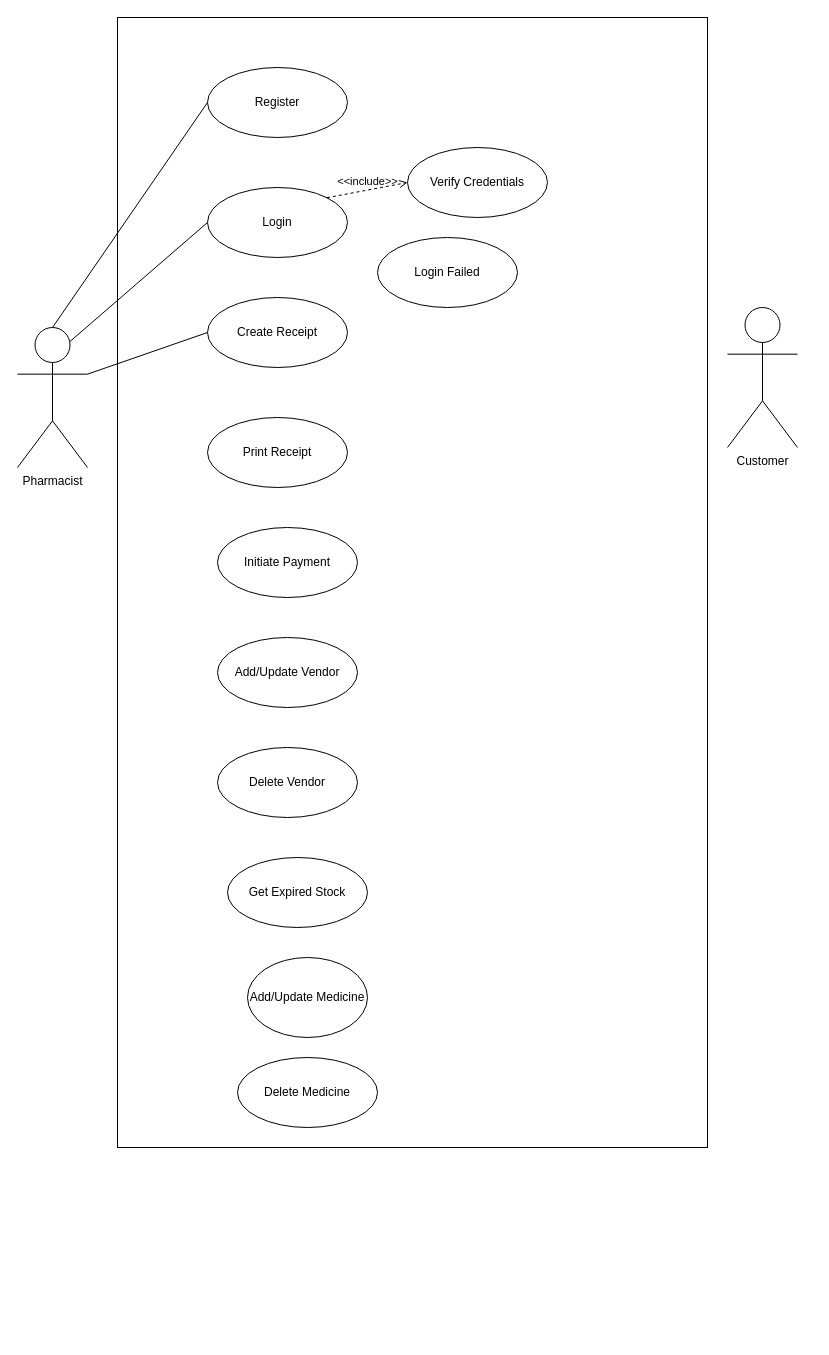
Above: page "Page-1" (1 of 2) of Medicine Management System.drawio in nitrroshan/Diagrams (draw.io), before the change. Source tidied: cells renumbered, new cells numbered last; positions are measured from the earlier drawing's top-left corner, leaving out a move shared by most shapes. Both pictures are drawn from the tidied source at 100%, with x=0, y=0 at pixel (17, 17).
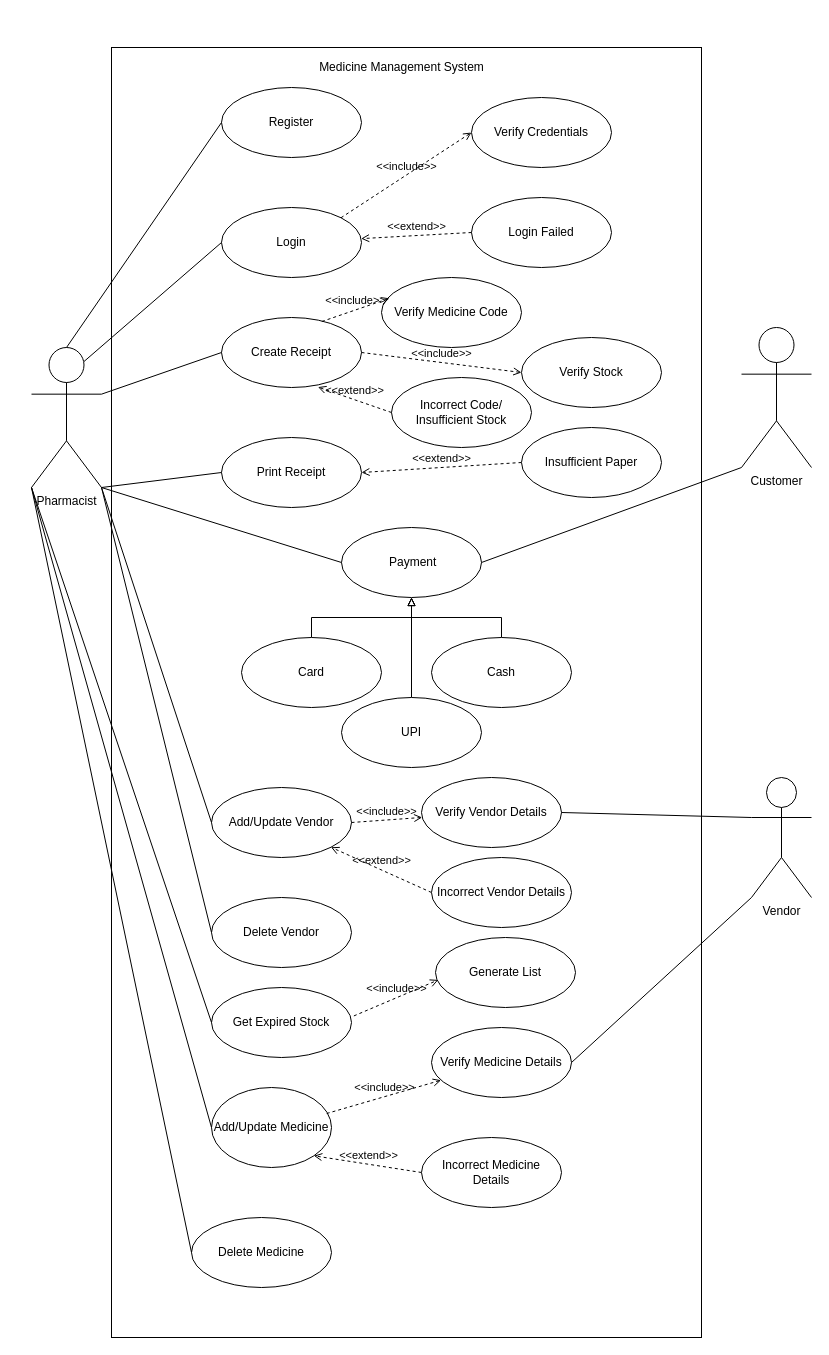
The same diagram, later.

Change to the diagram source:
```diff
@@
     <mxCell id="2" style="rounded=0;whiteSpace=wrap;html=1;" parent="1" vertex="1">
-      <mxGeometry x="100" width="590" height="1130" as="geometry" />
+      <mxGeometry x="94" y="30" width="590" height="1290" as="geometry" />
     </mxCell>
     <mxCell id="3" value="Pharmacist" style="shape=umlActor;verticalLabelPosition=bottom;verticalAlign=top;html=1;outlineConnect=0;" parent="1" vertex="1">
-      <mxGeometry y="310" width="70" height="140" as="geometry" />
+      <mxGeometry x="14" y="330" width="70" height="140" as="geometry" />
     </mxCell>
     <mxCell id="4" value="Customer" style="shape=umlActor;verticalLabelPosition=bottom;verticalAlign=top;html=1;outlineConnect=0;" parent="1" vertex="1">
-      <mxGeometry x="710" y="290" width="70" height="140" as="geometry" />
+      <mxGeometry x="724" y="310" width="70" height="140" as="geometry" />
     </mxCell>
     <mxCell id="5" value="Register" style="ellipse;whiteSpace=wrap;html=1;" parent="1" vertex="1">
-      <mxGeometry x="190" y="50" width="140" height="70" as="geometry" />
+      <mxGeometry x="204" y="70" width="140" height="70" as="geometry" />
     </mxCell>
     <mxCell id="6" value="Login" style="ellipse;whiteSpace=wrap;html=1;" parent="1" vertex="1">
-      <mxGeometry x="190" y="170" width="140" height="70" as="geometry" />
+      <mxGeometry x="204" y="190" width="140" height="70" as="geometry" />
     </mxCell>
     <mxCell id="7" value="Create Receipt" style="ellipse;whiteSpace=wrap;html=1;" parent="1" vertex="1">
-      <mxGeometry x="190" y="280" width="140" height="70" as="geometry" />
+      <mxGeometry x="204" y="300" width="140" height="70" as="geometry" />
     </mxCell>
     <mxCell id="8" value="Print Receipt" style="ellipse;whiteSpace=wrap;html=1;" parent="1" vertex="1">
-      <mxGeometry x="190" y="400" width="140" height="70" as="geometry" />
+      <mxGeometry x="204" y="420" width="140" height="70" as="geometry" />
     </mxCell>
-    <mxCell id="9" value="Initiate Payment" style="ellipse;whiteSpace=wrap;html=1;" parent="1" vertex="1">
-      <mxGeometry x="200" y="510" width="140" height="70" as="geometry" />
+    <mxCell id="9" value="&amp;nbsp;Payment" style="ellipse;whiteSpace=wrap;html=1;" parent="1" vertex="1">
+      <mxGeometry x="324" y="510" width="140" height="70" as="geometry" />
     </mxCell>
     <mxCell id="10" value="Add/Update Vendor" style="ellipse;whiteSpace=wrap;html=1;" parent="1" vertex="1">
-      <mxGeometry x="200" y="620" width="140" height="70" as="geometry" />
+      <mxGeometry x="194" y="770" width="140" height="70" as="geometry" />
     </mxCell>
     <mxCell id="11" value="Delete Vendor" style="ellipse;whiteSpace=wrap;html=1;" parent="1" vertex="1">
-      <mxGeometry x="200" y="730" width="140" height="70" as="geometry" />
+      <mxGeometry x="194" y="880" width="140" height="70" as="geometry" />
     </mxCell>
     <mxCell id="12" value="Get Expired Stock" style="ellipse;whiteSpace=wrap;html=1;" parent="1" vertex="1">
-      <mxGeometry x="210" y="840" width="140" height="70" as="geometry" />
+      <mxGeometry x="194" y="970" width="140" height="70" as="geometry" />
     </mxCell>
     <mxCell id="13" value="Add/Update Medicine" style="ellipse;whiteSpace=wrap;html=1;" parent="1" vertex="1">
-      <mxGeometry x="230" y="940" width="120" height="80" as="geometry" />
+      <mxGeometry x="194" y="1070" width="120" height="80" as="geometry" />
     </mxCell>
     <mxCell id="14" value="Delete Medicine" style="ellipse;whiteSpace=wrap;html=1;" parent="1" vertex="1">
-      <mxGeometry x="220" y="1040" width="140" height="70" as="geometry" />
+      <mxGeometry x="174" y="1200" width="140" height="70" as="geometry" />
     </mxCell>
@@
     <mxCell id="18" value="Verify Credentials" style="ellipse;whiteSpace=wrap;html=1;" parent="1" vertex="1">
-      <mxGeometry x="390" y="130" width="140" height="70" as="geometry" />
+      <mxGeometry x="454" y="80" width="140" height="70" as="geometry" />
     </mxCell>
     <mxCell id="19" value="Login Failed" style="ellipse;whiteSpace=wrap;html=1;" parent="1" vertex="1">
-      <mxGeometry x="360" y="220" width="140" height="70" as="geometry" />
+      <mxGeometry x="454" y="180" width="140" height="70" as="geometry" />
     </mxCell>
@@
+    <mxCell id="21" value="&amp;lt;&amp;lt;extend&amp;gt;&amp;gt;" style="html=1;verticalAlign=bottom;labelBackgroundColor=none;endArrow=open;endFill=0;dashed=1;rounded=0;exitX=0;exitY=0.5;exitDx=0;exitDy=0;" parent="1" edge="1" source="19" target="6">
+      <mxGeometry relative="1" as="geometry" />
+    </mxCell>
+    <mxCell id="22" value="Verify Medicine Code" style="ellipse;whiteSpace=wrap;html=1;" parent="1" vertex="1">
+      <mxGeometry x="364" y="260" width="140" height="70" as="geometry" />
+    </mxCell>
+    <mxCell id="23" value="Verify Stock" style="ellipse;whiteSpace=wrap;html=1;" parent="1" vertex="1">
+      <mxGeometry x="504" y="320" width="140" height="70" as="geometry" />
+    </mxCell>
+    <mxCell id="24" value="Incorrect Code/&lt;br&gt;Insufficient Stock" style="ellipse;whiteSpace=wrap;html=1;" parent="1" vertex="1">
+      <mxGeometry x="374" y="360" width="140" height="70" as="geometry" />
+    </mxCell>
+    <mxCell id="25" value="&amp;lt;&amp;lt;include&amp;gt;&amp;gt;" style="html=1;verticalAlign=bottom;labelBackgroundColor=none;endArrow=open;endFill=0;dashed=1;rounded=0;entryX=0.057;entryY=0.297;entryDx=0;entryDy=0;entryPerimeter=0;exitX=0.717;exitY=0.057;exitDx=0;exitDy=0;exitPerimeter=0;" parent="1" edge="1" source="7" target="22">
+      <mxGeometry relative="1" as="geometry" />
+    </mxCell>
+    <mxCell id="26" value="&amp;lt;&amp;lt;include&amp;gt;&amp;gt;" style="html=1;verticalAlign=bottom;labelBackgroundColor=none;endArrow=open;endFill=0;dashed=1;rounded=0;exitX=1;exitY=0.5;exitDx=0;exitDy=0;entryX=0;entryY=0.5;entryDx=0;entryDy=0;" parent="1" edge="1" source="7" target="23">
+      <mxGeometry relative="1" as="geometry" />
+    </mxCell>
+    <mxCell id="27" value="&amp;lt;&amp;lt;extend&amp;gt;&amp;gt;" style="html=1;verticalAlign=bottom;labelBackgroundColor=none;endArrow=open;endFill=0;dashed=1;rounded=0;exitX=0;exitY=0.5;exitDx=0;exitDy=0;entryX=0.689;entryY=0.994;entryDx=0;entryDy=0;entryPerimeter=0;" parent="1" edge="1" source="24" target="7">
+      <mxGeometry relative="1" as="geometry" />
+    </mxCell>
+    <mxCell id="28" value="&amp;lt;&amp;lt;extend&amp;gt;&amp;gt;" style="html=1;verticalAlign=bottom;labelBackgroundColor=none;endArrow=open;endFill=0;dashed=1;rounded=0;entryX=1;entryY=0.5;entryDx=0;entryDy=0;exitX=0;exitY=0.5;exitDx=0;exitDy=0;" parent="1" edge="1" source="29" target="8">
+      <mxGeometry relative="1" as="geometry" />
+    </mxCell>
+    <mxCell id="29" value="Insufficient Paper" style="ellipse;whiteSpace=wrap;html=1;" parent="1" vertex="1">
+      <mxGeometry x="504" y="410" width="140" height="70" as="geometry" />
+    </mxCell>
+    <mxCell id="30" style="endArrow=none;html=1;rounded=0;exitX=1;exitY=1;exitDx=0;exitDy=0;exitPerimeter=0;entryX=0;entryY=0.5;entryDx=0;entryDy=0;" parent="1" edge="1" source="3" target="8">
+      <mxGeometry relative="1" as="geometry" />
+    </mxCell>
+    <mxCell id="31" style="endArrow=none;html=1;rounded=0;exitX=1;exitY=1;exitDx=0;exitDy=0;exitPerimeter=0;entryX=0;entryY=0.5;entryDx=0;entryDy=0;" parent="1" edge="1" source="3" target="9">
+      <mxGeometry relative="1" as="geometry" />
+    </mxCell>
+    <mxCell id="32" style="endArrow=none;html=1;rounded=0;exitX=1;exitY=0.5;exitDx=0;exitDy=0;entryX=0;entryY=1;entryDx=0;entryDy=0;entryPerimeter=0;" parent="1" edge="1" source="9" target="4">
+      <mxGeometry relative="1" as="geometry" />
+    </mxCell>
+    <mxCell id="33" style="edgeStyle=orthogonalEdgeStyle;rounded=0;jettySize=auto;html=1;endArrow=block;endFill=0;" parent="1" edge="1" source="34" target="9">
+      <mxGeometry relative="1" as="geometry" />
+    </mxCell>
+    <mxCell id="34" value="Card" style="ellipse;whiteSpace=wrap;html=1;" parent="1" vertex="1">
+      <mxGeometry x="224" y="620" width="140" height="70" as="geometry" />
+    </mxCell>
+    <mxCell id="35" style="edgeStyle=orthogonalEdgeStyle;rounded=0;jettySize=auto;html=1;exitX=0.5;exitY=0;exitDx=0;exitDy=0;entryX=0.5;entryY=1;entryDx=0;entryDy=0;endArrow=block;endFill=0;" parent="1" edge="1" source="36" target="9">
+      <mxGeometry relative="1" as="geometry" />
+    </mxCell>
+    <mxCell id="36" value="Cash" style="ellipse;whiteSpace=wrap;html=1;" parent="1" vertex="1">
+      <mxGeometry x="414" y="620" width="140" height="70" as="geometry" />
+    </mxCell>
+    <mxCell id="37" style="edgeStyle=orthogonalEdgeStyle;rounded=0;jettySize=auto;html=1;endArrow=block;endFill=0;entryX=0.5;entryY=1;entryDx=0;entryDy=0;" parent="1" edge="1" source="38" target="9">
+      <mxGeometry relative="1" as="geometry" />
+    </mxCell>
+    <mxCell id="38" value="UPI" style="ellipse;whiteSpace=wrap;html=1;" parent="1" vertex="1">
+      <mxGeometry x="324" y="680" width="140" height="70" as="geometry" />
+    </mxCell>
+    <mxCell id="39" value="Verify Vendor Details" style="ellipse;whiteSpace=wrap;html=1;" parent="1" vertex="1">
+      <mxGeometry x="404" y="760" width="140" height="70" as="geometry" />
+    </mxCell>
+    <mxCell id="40" value="Vendor" style="shape=umlActor;verticalLabelPosition=bottom;verticalAlign=top;html=1;outlineConnect=0;" parent="1" vertex="1">
+      <mxGeometry x="734" y="760" width="60" height="120" as="geometry" />
+    </mxCell>
+    <mxCell id="41" style="endArrow=none;html=1;rounded=0;exitX=1;exitY=0.5;exitDx=0;exitDy=0;entryX=0;entryY=0.3333333333333333;entryDx=0;entryDy=0;entryPerimeter=0;" parent="1" edge="1" source="39" target="40">
+      <mxGeometry relative="1" as="geometry" />
+    </mxCell>
+    <mxCell id="42" style="endArrow=none;html=1;rounded=0;exitX=1;exitY=1;exitDx=0;exitDy=0;exitPerimeter=0;entryX=0;entryY=0.5;entryDx=0;entryDy=0;" parent="1" edge="1" source="3" target="10">
+      <mxGeometry relative="1" as="geometry" />
+    </mxCell>
+    <mxCell id="43" style="endArrow=none;html=1;rounded=0;exitX=1;exitY=1;exitDx=0;exitDy=0;exitPerimeter=0;entryX=0;entryY=0.5;entryDx=0;entryDy=0;" parent="1" edge="1" source="3" target="11">
+      <mxGeometry relative="1" as="geometry" />
+    </mxCell>
+    <mxCell id="44" style="endArrow=none;html=1;rounded=0;exitX=0;exitY=1;exitDx=0;exitDy=0;exitPerimeter=0;entryX=0;entryY=0.5;entryDx=0;entryDy=0;" parent="1" edge="1" source="3" target="12">
+      <mxGeometry relative="1" as="geometry" />
+    </mxCell>
+    <mxCell id="45" style="endArrow=none;html=1;rounded=0;exitX=0;exitY=1;exitDx=0;exitDy=0;exitPerimeter=0;entryX=0;entryY=0.5;entryDx=0;entryDy=0;" parent="1" edge="1" source="3" target="13">
+      <mxGeometry relative="1" as="geometry" />
+    </mxCell>
+    <mxCell id="46" style="endArrow=none;html=1;rounded=0;exitX=0;exitY=1;exitDx=0;exitDy=0;exitPerimeter=0;entryX=0;entryY=0.5;entryDx=0;entryDy=0;" parent="1" edge="1" source="3" target="14">
+      <mxGeometry relative="1" as="geometry" />
+    </mxCell>
+    <mxCell id="47" value="&amp;lt;&amp;lt;include&amp;gt;&amp;gt;" style="html=1;verticalAlign=bottom;labelBackgroundColor=none;endArrow=open;endFill=0;dashed=1;rounded=0;exitX=1;exitY=0.5;exitDx=0;exitDy=0;" parent="1" edge="1" source="10" target="39">
+      <mxGeometry relative="1" as="geometry" />
+    </mxCell>
+    <mxCell id="48" value="&amp;lt;&amp;lt;extend&amp;gt;&amp;gt;" style="html=1;verticalAlign=bottom;labelBackgroundColor=none;endArrow=open;endFill=0;dashed=1;rounded=0;exitX=0;exitY=0.5;exitDx=0;exitDy=0;entryX=1;entryY=1;entryDx=0;entryDy=0;" parent="1" edge="1" source="49" target="10">
+      <mxGeometry relative="1" as="geometry" />
+    </mxCell>
+    <mxCell id="49" value="Incorrect Vendor Details" style="ellipse;whiteSpace=wrap;html=1;" parent="1" vertex="1">
+      <mxGeometry x="414" y="840" width="140" height="70" as="geometry" />
+    </mxCell>
+    <mxCell id="50" value="Verify Medicine Details" style="ellipse;whiteSpace=wrap;html=1;" parent="1" vertex="1">
+      <mxGeometry x="414" y="1010" width="140" height="70" as="geometry" />
+    </mxCell>
+    <mxCell id="51" style="endArrow=none;html=1;rounded=0;exitX=1;exitY=0.5;exitDx=0;exitDy=0;entryX=0;entryY=1;entryDx=0;entryDy=0;entryPerimeter=0;" parent="1" edge="1" source="50" target="40">
+      <mxGeometry relative="1" as="geometry" />
+    </mxCell>
+    <mxCell id="52" value="&amp;lt;&amp;lt;include&amp;gt;&amp;gt;" style="html=1;verticalAlign=bottom;labelBackgroundColor=none;endArrow=open;endFill=0;dashed=1;rounded=0;exitX=0.96;exitY=0.325;exitDx=0;exitDy=0;exitPerimeter=0;" parent="1" edge="1" source="13" target="50">
+      <mxGeometry relative="1" as="geometry" />
+    </mxCell>
+    <mxCell id="53" value="&amp;lt;&amp;lt;extend&amp;gt;&amp;gt;" style="html=1;verticalAlign=bottom;labelBackgroundColor=none;endArrow=open;endFill=0;dashed=1;rounded=0;exitX=0;exitY=0.5;exitDx=0;exitDy=0;entryX=1;entryY=1;entryDx=0;entryDy=0;" parent="1" edge="1" source="54" target="13">
+      <mxGeometry relative="1" as="geometry" />
+    </mxCell>
+    <mxCell id="54" value="Incorrect Medicine Details" style="ellipse;whiteSpace=wrap;html=1;" parent="1" vertex="1">
+      <mxGeometry x="404" y="1120" width="140" height="70" as="geometry" />
+    </mxCell>
+    <mxCell id="55" value="Generate List" style="ellipse;whiteSpace=wrap;html=1;" parent="1" vertex="1">
+      <mxGeometry x="418" y="920" width="140" height="70" as="geometry" />
+    </mxCell>
+    <mxCell id="56" value="&amp;lt;&amp;lt;include&amp;gt;&amp;gt;" style="html=1;verticalAlign=bottom;labelBackgroundColor=none;endArrow=open;endFill=0;dashed=1;rounded=0;exitX=1.017;exitY=0.406;exitDx=0;exitDy=0;exitPerimeter=0;entryX=0.02;entryY=0.606;entryDx=0;entryDy=0;entryPerimeter=0;" parent="1" edge="1" source="12" target="55">
+      <mxGeometry relative="1" as="geometry" />
+    </mxCell>
+    <mxCell id="57" value="Medicine Management System" style="text;html=1;align=center;verticalAlign=middle;strokeColor=none;fillColor=none;" parent="1" vertex="1">
+      <mxGeometry x="294" y="40" width="180" height="20" as="geometry" />
+    </mxCell>
```
